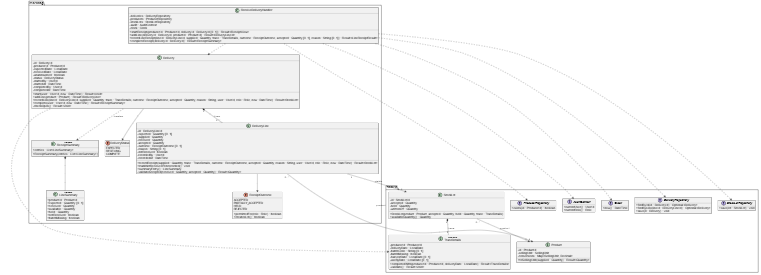
This is design/DCD-fragment-S1.png from Geese4000/ca-analysis, a PlantUML export, as it was before one commit. Its source is kept beside it as design/DCD-fragment-S1.puml. Source of this version:
```plantuml
@startuml DCD-fragment-S1
skinparam shadowing false
skinparam classAttributeIconSize 0
hide empty members

package receiving {
  class ReceiveDeliveryHandler {
    - deliveries : DeliveryRepository
    - producers : ProducerRepository
    - stockLots : StockLotRepository
    - audit : AuditContext
    - clock : Clock
    + startReceipt(producerId : ProducerId, deliveryId : DeliveryId [0..1]) : Result<ReceiptView>
    + addLine(deliveryId : DeliveryId, productId : ProductId) : Result<DeliveryLineId>
    + recordLineReceipt(lineId : DeliveryLineId, supplied : Quantity, trace : TraceDetails, outcome : ReceiptOutcome, accepted : Quantity [0..1], reason : String [0..1]) : Result<LineReceiptResult>
    + completeReceipt(deliveryId : DeliveryId) : Result<ReceiptSummary>
  }

  class Delivery {
    - id : DeliveryId
    - producerId : ProducerId
    - expectedDate : LocalDate
    - receivedDate : LocalDate
    - unannounced : boolean
    - status : DeliveryStatus
    - startedBy : UserId
    - startedAt : DateTime
    - completedBy : UserId
    - completedAt : DateTime
    + start(user : UserId, now : DateTime) : Result<Void>
    + addLine(product : Product) : Result<DeliveryLine>
    + recordLine(lineId : DeliveryLineId, supplied : Quantity, trace : TraceDetails, outcome : ReceiptOutcome, accepted : Quantity, reason : String, user : UserId, role : Role, now : DateTime) : Result<StockLot>
    + complete(user : UserId, now : DateTime) : Result<ReceiptSummary>
    - checkOpen() : Result<Void>
  }

  class DeliveryLine {
    - id : DeliveryLineId
    - expected : Quantity [0..1]
    - supplied : Quantity
    - received : Quantity
    - accepted : Quantity
    - outcome : ReceiptOutcome [0..1]
    - reason : String [0..1]
    - notReceived : boolean
    - recordedBy : UserId
    - recordedAt : DateTime
    + recordReceipt(supplied : Quantity, trace : TraceDetails, outcome : ReceiptOutcome, accepted : Quantity, reason : String, user : UserId, role : Role, now : DateTime) : Result<StockLot>
    + markNotReceivedIfUnrecorded() : void
    + summaryEntry() : LineSummary
    - validateAccepted(received : Quantity, accepted : Quantity) : Result<Quantity>
  }

  enum ReceiptOutcome {
    ACCEPTED
    PARTIALLY_ACCEPTED
    HELD
    REJECTED
    + permittedFor(role : Role) : boolean
    + createsLot() : boolean
  }

  enum DeliveryStatus {
    EXPECTED
    RECEIVING
    COMPLETE
  }

  class ReceiptSummary <<DTO>> {
    + entries : List<LineSummary>
    + ReceiptSummary(entries : List<LineSummary>)
  }

  class LineSummary <<DTO>> {
    + productId : ProductId
    + expected : Quantity [0..1]
    + received : Quantity
    + available : Quantity
    + held : Quantity
    + notReceived : boolean
    + batchMissing : boolean
  }
}

package shared {
  class Product {
    - id : ProductId
    - sellingUnit : SellingUnit
    - conversions : Map<SellingUnit, Decimal>
    + toSellingUnit(supplied : Quantity) : Result<Quantity>
  }

  class StockLot {
    - id : StockLotId
    - accepted : Quantity
    - held : Quantity
    - writtenOff : Quantity
    + StockLot(product : Product, accepted : Quantity, held : Quantity, trace : TraceDetails)
    + availableQuantity() : Quantity
  }

  class TraceDetails <<value>> {
    - producerId : ProducerId
    - deliveryDate : LocalDate
    - batchCode : String [0..1]
    - batchMissing : boolean
    - harvestDate : LocalDate [0..1]
    - useByDate : LocalDate [0..1]
    + completedWith(producerId : ProducerId, deliveryDate : LocalDate) : Result<TraceDetails>
    - validate() : Result<Void>
  }

  interface DeliveryRepository {
    + findById(id : DeliveryId) : Optional<Delivery>
    + findByLine(lineId : DeliveryLineId) : Optional<Delivery>
    + save(d : Delivery) : void
  }
  interface StockLotRepository {
    + save(lot : StockLot) : void
  }
  interface ProducerRepository {
    + exists(id : ProducerId) : boolean
  }
  interface AuditContext {
    + currentUser() : UserId
    + currentRole() : Role
  }
  interface Clock {
    + now() : DateTime
  }
}

ReceiveDeliveryHandler ..> DeliveryRepository
ReceiveDeliveryHandler ..> StockLotRepository
ReceiveDeliveryHandler ..> ProducerRepository
ReceiveDeliveryHandler ..> AuditContext
ReceiveDeliveryHandler ..> Clock
ReceiveDeliveryHandler ..> Delivery

Delivery "1" *-- "1..*" DeliveryLine : lines
Delivery --> DeliveryStatus
Delivery ..> TraceDetails
Delivery ..> ReceiptSummary : creates
ReceiptSummary *-- LineSummary
DeliveryLine "0..*" --> "1" Product : product
DeliveryLine --> ReceiptOutcome
DeliveryLine "1" --> "0..1" StockLot : yields
StockLot "0..*" --> "1" Product : product
StockLot "1" *-- "1" TraceDetails : trace
@enduml
```
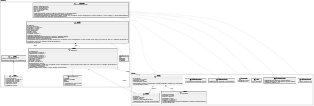
After the change.

Diff of the diagram source:
```diff
@@ -4,47 +4,50 @@
 hide empty members
 
 package receiving {
-  class ReceiveDeliveryHandler {
+  class ReceiveDeliveryHandler <<controller>> {
     - deliveries : DeliveryRepository
     - producers : ProducerRepository
+    - products : ProductRepository
     - stockLots : StockLotRepository
     - audit : AuditContext
     - clock : Clock
     + startReceipt(producerId : ProducerId, deliveryId : DeliveryId [0..1]) : Result<ReceiptView>
     + addLine(deliveryId : DeliveryId, productId : ProductId) : Result<DeliveryLineId>
-    + recordLineReceipt(lineId : DeliveryLineId, supplied : Quantity, trace : TraceDetails, outcome : ReceiptOutcome, accepted : Quantity [0..1], reason : String [0..1]) : Result<LineReceiptResult>
+    + recordLineReceipt(deliveryLineId : DeliveryLineId, supplied : Quantity, trace : TraceDetails, outcome : ReceiptOutcome, accepted : Quantity [0..1], reason : String [0..1]) : Result<LineReceiptResult>
     + completeReceipt(deliveryId : DeliveryId) : Result<ReceiptSummary>
   }
 
-  class Delivery {
+  class Delivery <<entity>> {
     - id : DeliveryId
     - producerId : ProducerId
-    - expectedDate : LocalDate
+    - expectedDate : LocalDate [0..1]
     - receivedDate : LocalDate
     - unannounced : boolean
     - status : DeliveryStatus
     - startedBy : UserId
     - startedAt : DateTime
-    - completedBy : UserId
-    - completedAt : DateTime
-    + start(user : UserId, now : DateTime) : Result<Void>
+    - completedBy : UserId [0..1]
+    - completedAt : DateTime [0..1]
+    + {static} startUnannounced(producerId : ProducerId, user : UserId, now : DateTime) : Delivery
+    + start(producerId : ProducerId, user : UserId, now : DateTime) : Result<Void>
     + addLine(product : Product) : Result<DeliveryLine>
-    + recordLine(lineId : DeliveryLineId, supplied : Quantity, trace : TraceDetails, outcome : ReceiptOutcome, accepted : Quantity, reason : String, user : UserId, role : Role, now : DateTime) : Result<StockLot>
+    + recordLine(deliveryLineId : DeliveryLineId, supplied : Quantity, trace : TraceDetails, outcome : ReceiptOutcome, accepted : Quantity, reason : String, user : UserId, role : Role, now : DateTime) : Result<StockLot>
     + complete(user : UserId, now : DateTime) : Result<ReceiptSummary>
     - checkOpen() : Result<Void>
   }
 
-  class DeliveryLine {
+  class DeliveryLine <<entity>> {
     - id : DeliveryLineId
-    - expected : Quantity [0..1]
-    - supplied : Quantity
-    - received : Quantity
-    - accepted : Quantity
+    - expectedQuantity : Quantity [0..1]
+    - suppliedQuantity : Quantity [0..1]
+    - receivedQuantity : Quantity [0..1]
+    - acceptedQuantity : Quantity [0..1]
     - outcome : ReceiptOutcome [0..1]
-    - reason : String [0..1]
+    - outcomeReason : String [0..1]
     - notReceived : boolean
-    - recordedBy : UserId
-    - recordedAt : DateTime
+    - recordedBy : UserId [0..1]
+    - recordedAt : DateTime [0..1]
+    + DeliveryLine(product : Product)
     + recordReceipt(supplied : Quantity, trace : TraceDetails, outcome : ReceiptOutcome, accepted : Quantity, reason : String, user : UserId, role : Role, now : DateTime) : Result<StockLot>
     + markNotReceivedIfUnrecorded() : void
     + summaryEntry() : LineSummary
@@ -73,29 +76,30 @@
 
   class LineSummary <<DTO>> {
     + productId : ProductId
-    + expected : Quantity [0..1]
-    + received : Quantity
-    + available : Quantity
-    + held : Quantity
+    + expectedQuantity : Quantity [0..1]
+    + receivedQuantity : Quantity
+    + availableQuantity : Quantity
+    + heldQuantity : Quantity
     + notReceived : boolean
     + batchMissing : boolean
   }
 }
 
 package shared {
-  class Product {
+  class Product <<entity>> {
     - id : ProductId
     - sellingUnit : SellingUnit
+    - perishable : boolean
     - conversions : Map<SellingUnit, Decimal>
     + toSellingUnit(supplied : Quantity) : Result<Quantity>
   }
 
-  class StockLot {
+  class StockLot <<entity>> {
     - id : StockLotId
-    - accepted : Quantity
-    - held : Quantity
-    - writtenOff : Quantity
-    + StockLot(product : Product, accepted : Quantity, held : Quantity, trace : TraceDetails)
+    - acceptedQuantity : Quantity
+    - heldQuantity : Quantity
+    - writtenOffQuantity : Quantity
+    + StockLot(product : Product, acceptedQuantity : Quantity, heldQuantity : Quantity, trace : TraceDetails)
     + availableQuantity() : Quantity
   }
 
@@ -111,15 +115,18 @@
   }
 
   interface DeliveryRepository {
-    + findById(id : DeliveryId) : Optional<Delivery>
-    + findByLine(lineId : DeliveryLineId) : Optional<Delivery>
-    + save(d : Delivery) : void
+    + findById(deliveryId : DeliveryId) : Optional<Delivery>
+    + findByLine(deliveryLineId : DeliveryLineId) : Optional<Delivery>
+    + save(delivery : Delivery) : void
   }
   interface StockLotRepository {
     + save(lot : StockLot) : void
   }
   interface ProducerRepository {
-    + exists(id : ProducerId) : boolean
+    + exists(producerId : ProducerId) : boolean
+  }
+  interface ProductRepository {
+    + findById(productId : ProductId) : Optional<Product>
   }
   interface AuditContext {
     + currentUser() : UserId
@@ -133,6 +140,7 @@
 ReceiveDeliveryHandler ..> DeliveryRepository
 ReceiveDeliveryHandler ..> StockLotRepository
 ReceiveDeliveryHandler ..> ProducerRepository
+ReceiveDeliveryHandler ..> ProductRepository
 ReceiveDeliveryHandler ..> AuditContext
 ReceiveDeliveryHandler ..> Clock
 ReceiveDeliveryHandler ..> Delivery
```
